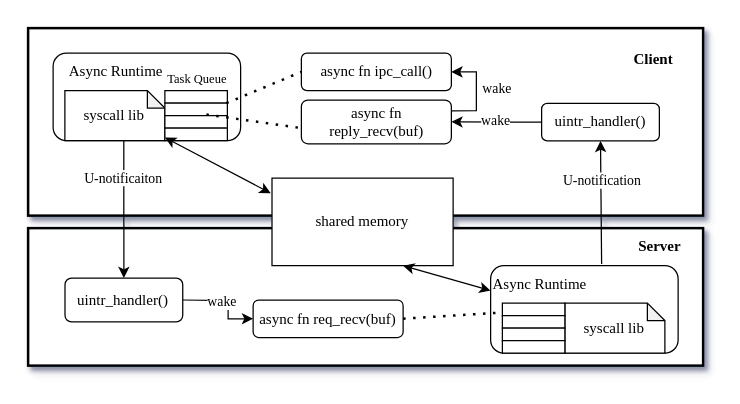
oscourse-tsinghua/openingreport-ldhai2023 keeps this draw.io diagram as images/async_framework.drawio. Above is the earlier version. Source tidied: cells renumbered, new cells numbered last; positions are measured from the earlier drawing's top-left corner, leaving out a move shared by most shapes. Both pictures are drawn from the tidied source at 125%, with x=0, y=0 at pixel (28, 28).
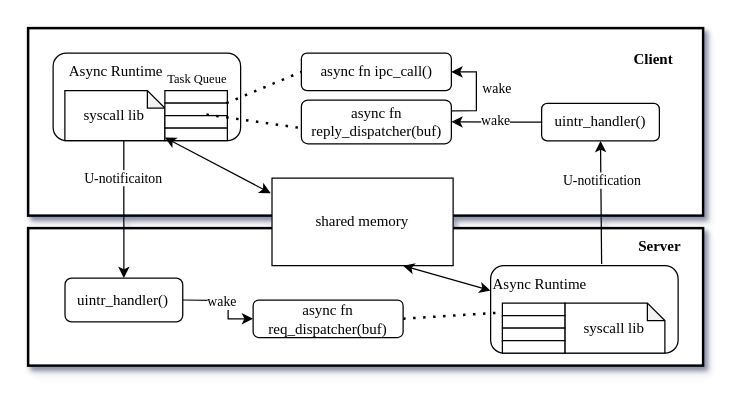
Above is the later version.

The edit, as a diff of the source:
```diff
@@
-    <mxCell id="8" value="&lt;font face=&quot;Times New Roman&quot;&gt;async fn reply_recv(buf)&lt;/font&gt;" style="rounded=1;whiteSpace=wrap;html=1;" parent="1" vertex="1">
+    <mxCell id="8" value="&lt;font face=&quot;Times New Roman&quot;&gt;async fn reply_dispatcher(buf)&lt;/font&gt;" style="rounded=1;whiteSpace=wrap;html=1;" parent="1" vertex="1">
       <mxGeometry x="218.6" y="57.5" width="120" height="35" as="geometry" />
     </mxCell>
@@
-    <mxCell id="14" value="&lt;font face=&quot;Times New Roman&quot;&gt;async fn req_recv(buf)&lt;/font&gt;" style="rounded=1;whiteSpace=wrap;html=1;" parent="1" vertex="1">
+    <mxCell id="14" value="&lt;font face=&quot;Times New Roman&quot;&gt;async fn req_&lt;/font&gt;&lt;span style=&quot;font-family: &amp;quot;Times New Roman&amp;quot;;&quot;&gt;dispatcher&lt;/span&gt;&lt;font face=&quot;Times New Roman&quot;&gt;(buf)&lt;/font&gt;" style="rounded=1;whiteSpace=wrap;html=1;" parent="1" vertex="1">
       <mxGeometry x="180" y="217.5" width="120" height="30" as="geometry" />
     </mxCell>
```
